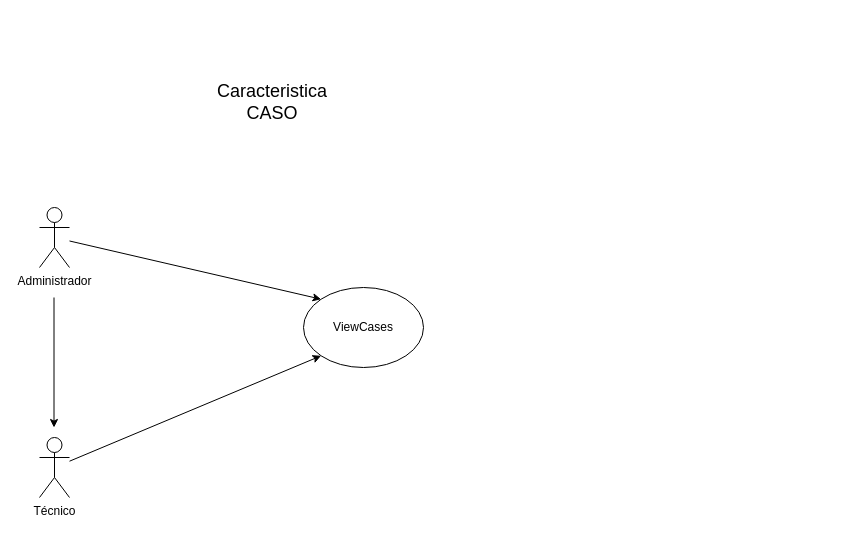
Before: docs/casos-uso/caso/CU-CASO-ViewCases.drawio in grupotecun-citec-wbeto/portal-tectrack-vite, a draw.io diagram. Source tidied: cells renumbered, new cells numbered last; positions are measured from the earlier drawing's top-left corner, leaving out a move shared by most shapes. Both pictures are drawn from the tidied source at 100%, with x=0, y=0 at pixel (39, 87).
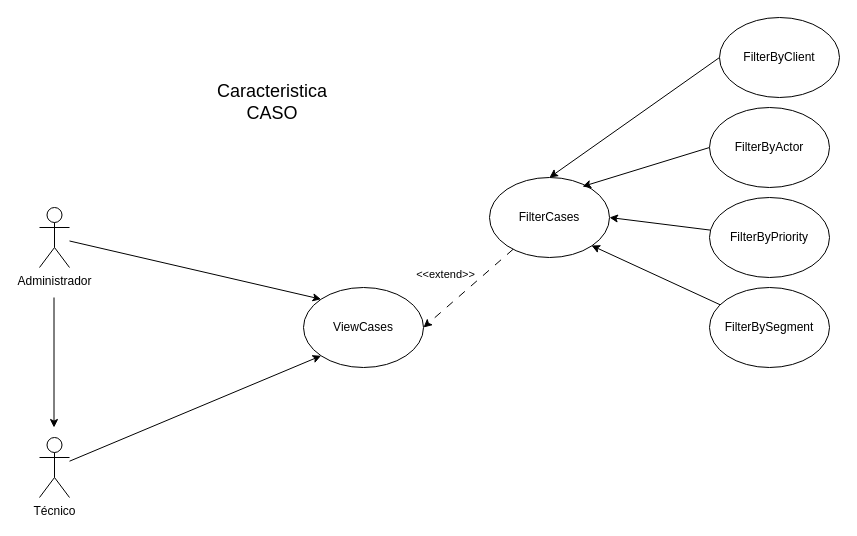
The same page after the edit.

Unchanged cells that the change refers to:
```xml
<mxCell id="6" value="ViewCases" style="ellipse;whiteSpace=wrap;html=1;" parent="1" vertex="1">
  <mxGeometry x="264" y="200" width="120" height="80" as="geometry" />
</mxCell>
```

The edit, as a diff of the source:
```diff
@@
+    <mxCell id="9" style="rounded=0;jettySize=auto;html=1;entryX=1;entryY=0.5;entryDx=0;entryDy=0;dashed=1;dashPattern=8 8;" parent="1" edge="1" source="11" target="6">
+      <mxGeometry relative="1" as="geometry" />
+    </mxCell>
+    <mxCell id="10" value="&amp;lt;&amp;lt;extend&amp;gt;&amp;gt;" style="edgeLabel;html=1;align=center;verticalAlign=middle;" parent="9" vertex="1">
+      <mxGeometry x="-0.04" y="1" relative="1" as="geometry">
+        <mxPoint x="-26" y="-14" as="offset" />
+      </mxGeometry>
+    </mxCell>
+    <mxCell id="11" value="FilterCases" style="ellipse;whiteSpace=wrap;html=1;" parent="1" vertex="1">
+      <mxGeometry x="450" y="90" width="120" height="80" as="geometry" />
+    </mxCell>
+    <mxCell id="12" style="rounded=0;jettySize=auto;html=1;entryX=0.5;entryY=0;entryDx=0;entryDy=0;exitX=0;exitY=0.5;exitDx=0;exitDy=0;" parent="1" edge="1" source="13" target="11">
+      <mxGeometry relative="1" as="geometry" />
+    </mxCell>
+    <mxCell id="13" value="FilterByClient" style="ellipse;whiteSpace=wrap;html=1;" parent="1" vertex="1">
+      <mxGeometry x="680" y="-70" width="120" height="80" as="geometry" />
+    </mxCell>
+    <mxCell id="14" style="rounded=0;jettySize=auto;html=1;entryX=0.775;entryY=0.113;entryDx=0;entryDy=0;exitX=0;exitY=0.5;exitDx=0;exitDy=0;entryPerimeter=0;" parent="1" edge="1" source="15" target="11">
+      <mxGeometry relative="1" as="geometry" />
+    </mxCell>
+    <mxCell id="15" value="FilterByActor" style="ellipse;whiteSpace=wrap;html=1;" parent="1" vertex="1">
+      <mxGeometry x="670" y="20" width="120" height="80" as="geometry" />
+    </mxCell>
+    <mxCell id="16" style="rounded=0;jettySize=auto;html=1;entryX=1;entryY=0.5;entryDx=0;entryDy=0;" parent="1" edge="1" source="17" target="11">
+      <mxGeometry relative="1" as="geometry" />
+    </mxCell>
+    <mxCell id="17" value="FilterByPriority" style="ellipse;whiteSpace=wrap;html=1;" parent="1" vertex="1">
+      <mxGeometry x="670" y="110" width="120" height="80" as="geometry" />
+    </mxCell>
+    <mxCell id="18" style="rounded=0;jettySize=auto;html=1;" parent="1" edge="1" source="19">
+      <mxGeometry relative="1" as="geometry">
+        <mxPoint x="552" y="158" as="targetPoint" />
+      </mxGeometry>
+    </mxCell>
+    <mxCell id="19" value="FilterBySegment" style="ellipse;whiteSpace=wrap;html=1;" parent="1" vertex="1">
+      <mxGeometry x="670" y="200" width="120" height="80" as="geometry" />
+    </mxCell>
```
